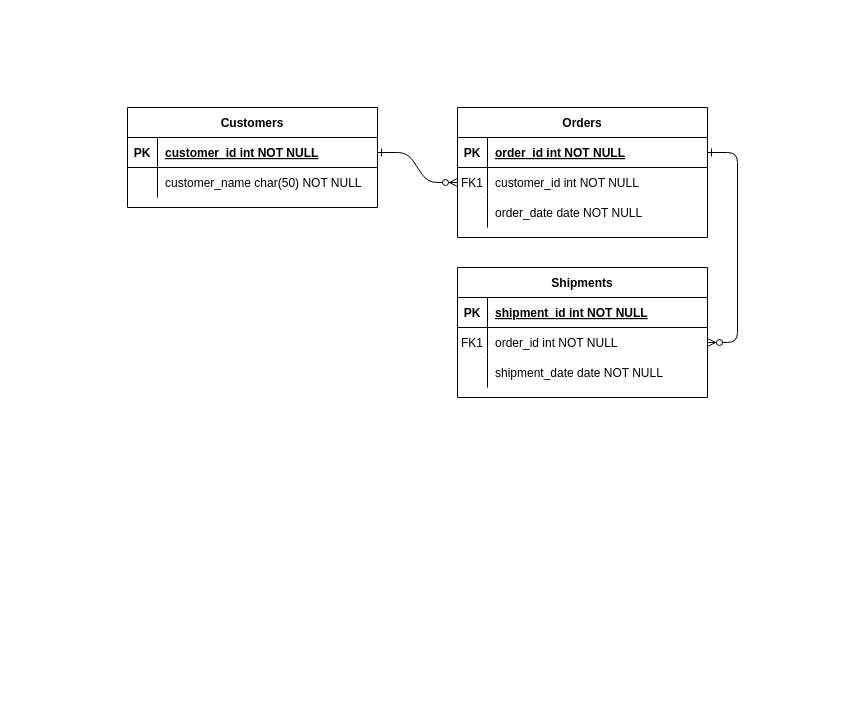
Above: public/Untitled Diagram.drawio in johanneclc/CDAW_2022 (draw.io), before the change. Source tidied: cells renumbered, new cells numbered last; positions are measured from the earlier drawing's top-left corner, leaving out a move shared by most shapes. Both pictures are drawn from the tidied source at 100%, with x=0, y=0 at pixel (127, 107).
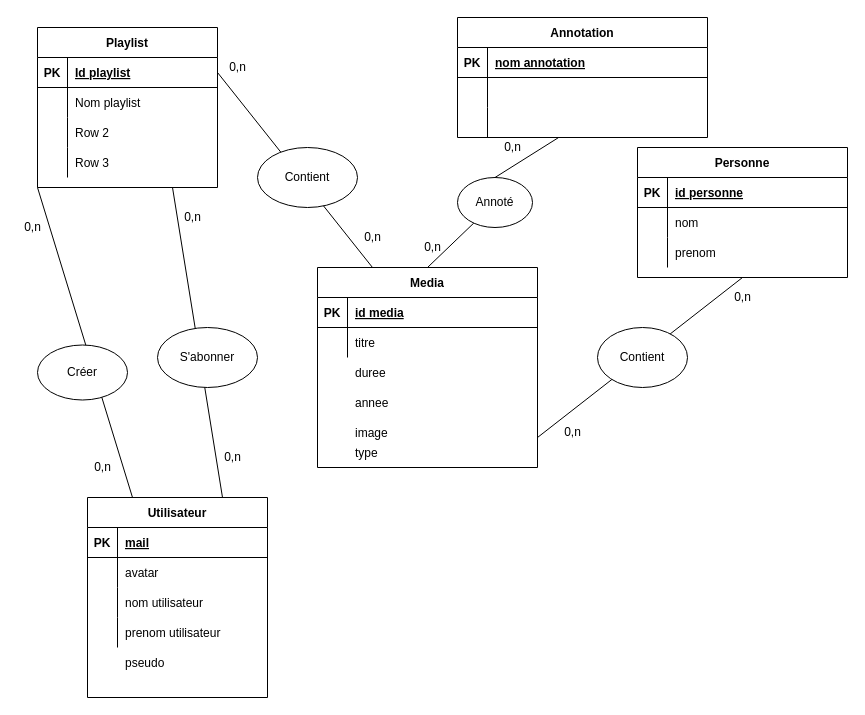
Above is the later version.

The change refers to these unchanged cells:
```xml
<mxCell id="5" style="shape=partialRectangle;fillColor=none;points=[[0,0.5],[1,0.5]];portConstraint=eastwest;top=0;left=0;right=0;bottom=1;" parent="4" vertex="1">
  <mxGeometry y="30" width="250" height="30" as="geometry" />
</mxCell>
<mxCell id="8" style="shape=partialRectangle;fillColor=none;points=[[0,0.5],[1,0.5]];portConstraint=eastwest;top=0;left=0;right=0;bottom=0;" parent="4" vertex="1">
  <mxGeometry y="60" width="250" height="30" as="geometry" />
</mxCell>
<mxCell id="11" style="shape=partialRectangle;fillColor=none;points=[[0,0.5],[1,0.5]];portConstraint=eastwest;top=0;left=0;right=0;bottom=0;" parent="4" vertex="1">
  <mxGeometry y="90" width="250" height="30" as="geometry" />
</mxCell>
```

Diff of the diagram source:
```diff
@@
-    <mxCell id="2" style="edgeStyle=entityRelationEdgeStyle;endArrow=ERzeroToMany;startArrow=ERone;endFill=1;startFill=0;" parent="1" edge="1" source="25" target="8">
-      <mxGeometry relative="1" as="geometry" />
-    </mxCell>
-    <mxCell id="3" style="edgeStyle=entityRelationEdgeStyle;endArrow=ERzeroToMany;startArrow=ERone;endFill=1;startFill=0;" parent="1" edge="1" source="5" target="18">
-      <mxGeometry relative="1" as="geometry" />
-    </mxCell>
-    <mxCell id="4" value="Orders" style="shape=table;startSize=30;childLayout=tableLayout;rowLines=0;fontStyle=1;align=center;" parent="1" vertex="1">
-      <mxGeometry x="330" width="250" height="130" as="geometry" />
+    <mxCell id="4" value="Annotation" style="shape=table;startSize=30;childLayout=tableLayout;rowLines=0;fontStyle=1;align=center;" parent="1" vertex="1">
+      <mxGeometry x="330" y="-90" width="250" height="120" as="geometry" />
     </mxCell>
@@
-    <mxCell id="7" value="order_id int NOT NULL " style="shape=partialRectangle;overflow=hidden;fillColor=none;top=0;left=0;bottom=0;right=0;align=left;spacingLeft=6;fontStyle=5;" parent="5" vertex="1">
+    <mxCell id="7" value="nom annotation" style="shape=partialRectangle;overflow=hidden;fillColor=none;top=0;left=0;bottom=0;right=0;align=left;spacingLeft=6;fontStyle=5;" parent="5" vertex="1">
       <mxGeometry x="30" width="220" height="30" as="geometry" />
     </mxCell>
@@
-    <mxCell id="9" value="FK1" style="shape=partialRectangle;overflow=hidden;fillColor=none;top=0;left=0;bottom=0;right=0;" parent="8" vertex="1">
+    <mxCell id="9" style="shape=partialRectangle;overflow=hidden;fillColor=none;top=0;left=0;bottom=0;right=0;" parent="8" vertex="1">
       <mxGeometry width="30" height="30" as="geometry" />
     </mxCell>
-    <mxCell id="10" value="customer_id int NOT NULL" style="shape=partialRectangle;overflow=hidden;fillColor=none;top=0;left=0;bottom=0;right=0;align=left;spacingLeft=6;" parent="8" vertex="1">
+    <mxCell id="10" style="shape=partialRectangle;overflow=hidden;fillColor=none;top=0;left=0;bottom=0;right=0;align=left;spacingLeft=6;" parent="8" vertex="1">
       <mxGeometry x="30" width="220" height="30" as="geometry" />
     </mxCell>
@@
-    <mxCell id="13" value="order_date date NOT NULL" style="shape=partialRectangle;overflow=hidden;fillColor=none;top=0;left=0;bottom=0;right=0;align=left;spacingLeft=6;" parent="11" vertex="1">
+    <mxCell id="13" style="shape=partialRectangle;overflow=hidden;fillColor=none;top=0;left=0;bottom=0;right=0;align=left;spacingLeft=6;" parent="11" vertex="1">
       <mxGeometry x="30" width="220" height="30" as="geometry" />
     </mxCell>
-    <mxCell id="14" value="Shipments" style="shape=table;startSize=30;childLayout=tableLayout;rowLines=0;fontStyle=1;align=center;" parent="1" vertex="1">
-      <mxGeometry x="330" y="160" width="250" height="130" as="geometry" />
+    <mxCell id="14" value="Personne" style="shape=table;startSize=30;childLayout=tableLayout;rowLines=0;fontStyle=1;align=center;" parent="1" vertex="1">
+      <mxGeometry x="510" y="40" width="210" height="130" as="geometry" />
     </mxCell>
     <mxCell id="15" style="shape=partialRectangle;fillColor=none;top=0;left=0;right=0;bottom=1;" parent="14" vertex="1">
-      <mxGeometry y="30" width="250" height="30" as="geometry" />
+      <mxGeometry y="30" width="210" height="30" as="geometry" />
     </mxCell>
@@
-    <mxCell id="17" value="shipment_id int NOT NULL " style="shape=partialRectangle;overflow=hidden;fillColor=none;top=0;left=0;bottom=0;right=0;align=left;spacingLeft=6;fontStyle=5;" parent="15" vertex="1">
-      <mxGeometry x="30" width="220" height="30" as="geometry" />
+    <mxCell id="17" value="id personne" style="shape=partialRectangle;overflow=hidden;fillColor=none;top=0;left=0;bottom=0;right=0;align=left;spacingLeft=6;fontStyle=5;" parent="15" vertex="1">
+      <mxGeometry x="30" width="180" height="30" as="geometry" />
     </mxCell>
     <mxCell id="18" style="shape=partialRectangle;fillColor=none;points=[[0,0.5],[1,0.5]];portConstraint=eastwest;top=0;left=0;right=0;bottom=0;" parent="14" vertex="1">
-      <mxGeometry y="60" width="250" height="30" as="geometry" />
+      <mxGeometry y="60" width="210" height="30" as="geometry" />
     </mxCell>
-    <mxCell id="19" value="FK1" style="shape=partialRectangle;overflow=hidden;fillColor=none;top=0;left=0;bottom=0;right=0;" parent="18" vertex="1">
+    <mxCell id="19" style="shape=partialRectangle;overflow=hidden;fillColor=none;top=0;left=0;bottom=0;right=0;" parent="18" vertex="1">
       <mxGeometry width="30" height="30" as="geometry" />
     </mxCell>
-    <mxCell id="20" value="order_id int NOT NULL" style="shape=partialRectangle;overflow=hidden;fillColor=none;top=0;left=0;bottom=0;right=0;align=left;spacingLeft=6;" parent="18" vertex="1">
-      <mxGeometry x="30" width="220" height="30" as="geometry" />
+    <mxCell id="20" value="nom" style="shape=partialRectangle;overflow=hidden;fillColor=none;top=0;left=0;bottom=0;right=0;align=left;spacingLeft=6;" parent="18" vertex="1">
+      <mxGeometry x="30" width="180" height="30" as="geometry" />
     </mxCell>
     <mxCell id="21" style="shape=partialRectangle;fillColor=none;top=0;left=0;right=0;bottom=0;" parent="14" vertex="1">
-      <mxGeometry y="90" width="250" height="30" as="geometry" />
+      <mxGeometry y="90" width="210" height="30" as="geometry" />
     </mxCell>
@@
-    <mxCell id="23" value="shipment_date date NOT NULL" style="shape=partialRectangle;overflow=hidden;fillColor=none;top=0;left=0;bottom=0;right=0;align=left;spacingLeft=6;" parent="21" vertex="1">
-      <mxGeometry x="30" width="220" height="30" as="geometry" />
+    <mxCell id="23" value="prenom" style="shape=partialRectangle;overflow=hidden;fillColor=none;top=0;left=0;bottom=0;right=0;align=left;spacingLeft=6;" parent="21" vertex="1">
+      <mxGeometry x="30" width="180" height="30" as="geometry" />
     </mxCell>
-    <mxCell id="24" value="Customers" style="shape=table;startSize=30;childLayout=tableLayout;rowLines=0;fontStyle=1;align=center;" parent="1" vertex="1">
-      <mxGeometry width="250" height="100" as="geometry" />
+    <mxCell id="24" value="Media" style="shape=table;startSize=30;childLayout=tableLayout;rowLines=0;fontStyle=1;align=center;" parent="1" vertex="1">
+      <mxGeometry x="190" y="160" width="220" height="200" as="geometry" />
     </mxCell>
     <mxCell id="25" style="shape=partialRectangle;fillColor=none;points=[[0,0.5],[1,0.5]];portConstraint=eastwest;top=0;left=0;right=0;bottom=1;" parent="24" vertex="1">
-      <mxGeometry y="30" width="250" height="30" as="geometry" />
+      <mxGeometry y="30" width="220" height="30" as="geometry" />
     </mxCell>
@@
-    <mxCell id="27" value="customer_id int NOT NULL " style="shape=partialRectangle;overflow=hidden;fillColor=none;top=0;left=0;bottom=0;right=0;align=left;spacingLeft=6;fontStyle=5;" parent="25" vertex="1">
-      <mxGeometry x="30" width="220" height="30" as="geometry" />
+    <mxCell id="27" value="id media" style="shape=partialRectangle;overflow=hidden;fillColor=none;top=0;left=0;bottom=0;right=0;align=left;spacingLeft=6;fontStyle=5;" parent="25" vertex="1">
+      <mxGeometry x="30" width="190" height="30" as="geometry" />
     </mxCell>
     <mxCell id="28" style="shape=partialRectangle;fillColor=none;top=0;left=0;right=0;bottom=0;" parent="24" vertex="1">
-      <mxGeometry y="60" width="250" height="30" as="geometry" />
+      <mxGeometry y="60" width="220" height="30" as="geometry" />
     </mxCell>
@@
-    <mxCell id="30" value="customer_name char(50) NOT NULL" style="shape=partialRectangle;overflow=hidden;fillColor=none;top=0;left=0;bottom=0;right=0;align=left;spacingLeft=6;" parent="28" vertex="1">
-      <mxGeometry x="30" width="220" height="30" as="geometry" />
+    <mxCell id="30" value="titre" style="shape=partialRectangle;overflow=hidden;fillColor=none;top=0;left=0;bottom=0;right=0;align=left;spacingLeft=6;" parent="28" vertex="1">
+      <mxGeometry x="30" width="190" height="30" as="geometry" />
     </mxCell>
+    <mxCell id="31" value="type" style="shape=partialRectangle;overflow=hidden;fillColor=none;top=0;left=0;bottom=0;right=0;align=left;spacingLeft=6;" parent="1" vertex="1">
+      <mxGeometry x="220" y="330" width="220" height="30" as="geometry" />
+    </mxCell>
+    <mxCell id="32" value="duree" style="shape=partialRectangle;overflow=hidden;fillColor=none;top=0;left=0;bottom=0;right=0;align=left;spacingLeft=6;" parent="1" vertex="1">
+      <mxGeometry x="220" y="250" width="220" height="30" as="geometry" />
+    </mxCell>
+    <mxCell id="33" value="annee" style="shape=partialRectangle;overflow=hidden;fillColor=none;top=0;left=0;bottom=0;right=0;align=left;spacingLeft=6;" parent="1" vertex="1">
+      <mxGeometry x="220" y="280" width="220" height="30" as="geometry" />
+    </mxCell>
+    <mxCell id="34" value="image" style="shape=partialRectangle;overflow=hidden;fillColor=none;top=0;left=0;bottom=0;right=0;align=left;spacingLeft=6;" parent="1" vertex="1">
+      <mxGeometry x="220" y="310" width="220" height="30" as="geometry" />
+    </mxCell>
+    <mxCell id="35" style="endArrow=none;html=1;rounded=0;exitX=0.5;exitY=0;exitDx=0;exitDy=0;startArrow=none;" parent="1" edge="1" source="36" target="11">
+      <mxGeometry relative="1" as="geometry" />
+    </mxCell>
+    <mxCell id="36" value="Annoté" style="ellipse;whiteSpace=wrap;html=1;" parent="1" vertex="1">
+      <mxGeometry x="330" y="70" width="75" height="50" as="geometry" />
+    </mxCell>
+    <mxCell id="37" style="endArrow=none;html=1;rounded=0;exitX=0.5;exitY=0;exitDx=0;exitDy=0;" parent="1" edge="1" source="24" target="36">
+      <mxGeometry relative="1" as="geometry" />
+    </mxCell>
+    <mxCell id="38" style="endArrow=none;html=1;rounded=0;entryX=0.5;entryY=1;entryDx=0;entryDy=0;" parent="1" edge="1" target="14">
+      <mxGeometry relative="1" as="geometry">
+        <mxPoint x="410" y="330" as="sourcePoint" />
+      </mxGeometry>
+    </mxCell>
+    <mxCell id="39" value="Contient" style="ellipse;whiteSpace=wrap;html=1;" parent="1" vertex="1">
+      <mxGeometry x="470" y="220" width="90" height="60" as="geometry" />
+    </mxCell>
+    <mxCell id="40" value="Utilisateur" style="shape=table;startSize=30;childLayout=tableLayout;rowLines=0;fontStyle=1;align=center;" parent="1" vertex="1">
+      <mxGeometry x="-40" y="390" width="180" height="200" as="geometry" />
+    </mxCell>
+    <mxCell id="41" style="shape=partialRectangle;fillColor=none;top=0;left=0;bottom=1;right=0;" parent="40" vertex="1">
+      <mxGeometry y="30" width="180" height="30" as="geometry" />
+    </mxCell>
+    <mxCell id="42" value="PK" style="shape=partialRectangle;fillColor=none;top=0;left=0;bottom=0;right=0;fontStyle=1;overflow=hidden;" parent="41" vertex="1">
+      <mxGeometry width="30" height="30" as="geometry" />
+    </mxCell>
+    <mxCell id="43" value="mail" style="shape=partialRectangle;fillColor=none;top=0;left=0;bottom=0;right=0;align=left;spacingLeft=6;fontStyle=5;overflow=hidden;" parent="41" vertex="1">
+      <mxGeometry x="30" width="150" height="30" as="geometry" />
+    </mxCell>
+    <mxCell id="44" style="shape=partialRectangle;fillColor=none;top=0;left=0;bottom=0;right=0;" parent="40" vertex="1">
+      <mxGeometry y="60" width="180" height="30" as="geometry" />
+    </mxCell>
+    <mxCell id="45" style="shape=partialRectangle;fillColor=none;top=0;left=0;bottom=0;right=0;overflow=hidden;" parent="44" vertex="1">
+      <mxGeometry width="30" height="30" as="geometry" />
+    </mxCell>
+    <mxCell id="46" value="avatar" style="shape=partialRectangle;fillColor=none;top=0;left=0;bottom=0;right=0;align=left;spacingLeft=6;overflow=hidden;" parent="44" vertex="1">
+      <mxGeometry x="30" width="150" height="30" as="geometry" />
+    </mxCell>
+    <mxCell id="47" style="shape=partialRectangle;fillColor=none;top=0;left=0;bottom=0;right=0;" parent="40" vertex="1">
+      <mxGeometry y="90" width="180" height="30" as="geometry" />
+    </mxCell>
+    <mxCell id="48" style="shape=partialRectangle;fillColor=none;top=0;left=0;bottom=0;right=0;overflow=hidden;" parent="47" vertex="1">
+      <mxGeometry width="30" height="30" as="geometry" />
+    </mxCell>
+    <mxCell id="49" value="nom utilisateur" style="shape=partialRectangle;fillColor=none;top=0;left=0;bottom=0;right=0;align=left;spacingLeft=6;overflow=hidden;" parent="47" vertex="1">
+      <mxGeometry x="30" width="150" height="30" as="geometry" />
+    </mxCell>
+    <mxCell id="50" style="shape=partialRectangle;fillColor=none;top=0;left=0;bottom=0;right=0;" parent="40" vertex="1">
+      <mxGeometry y="120" width="180" height="30" as="geometry" />
+    </mxCell>
+    <mxCell id="51" style="shape=partialRectangle;fillColor=none;top=0;left=0;bottom=0;right=0;overflow=hidden;" parent="50" vertex="1">
+      <mxGeometry width="30" height="30" as="geometry" />
+    </mxCell>
+    <mxCell id="52" value="prenom utilisateur" style="shape=partialRectangle;fillColor=none;top=0;left=0;bottom=0;right=0;align=left;spacingLeft=6;overflow=hidden;" parent="50" vertex="1">
+      <mxGeometry x="30" width="150" height="30" as="geometry" />
+    </mxCell>
+    <mxCell id="53" value="pseudo" style="shape=partialRectangle;fillColor=none;top=0;left=0;bottom=0;right=0;align=left;spacingLeft=6;overflow=hidden;" parent="1" vertex="1">
+      <mxGeometry x="-10" y="540" width="150" height="30" as="geometry" />
+    </mxCell>
+    <mxCell id="54" value="Playlist" style="shape=table;startSize=30;childLayout=tableLayout;rowLines=0;fontStyle=1;align=center;" parent="1" vertex="1">
+      <mxGeometry x="-90" y="-80" width="180" height="160" as="geometry" />
+    </mxCell>
+    <mxCell id="55" style="shape=partialRectangle;fillColor=none;top=0;left=0;bottom=1;right=0;points=[[0,0.5],[1,0.5]];portConstraint=eastwest;" parent="54" vertex="1">
+      <mxGeometry y="30" width="180" height="30" as="geometry" />
+    </mxCell>
+    <mxCell id="56" value="PK" style="shape=partialRectangle;fillColor=none;top=0;left=0;bottom=0;right=0;fontStyle=1;overflow=hidden;" parent="55" vertex="1">
+      <mxGeometry width="30" height="30" as="geometry" />
+    </mxCell>
+    <mxCell id="57" value="Id playlist" style="shape=partialRectangle;fillColor=none;top=0;left=0;bottom=0;right=0;align=left;spacingLeft=6;fontStyle=5;overflow=hidden;" parent="55" vertex="1">
+      <mxGeometry x="30" width="150" height="30" as="geometry" />
+    </mxCell>
+    <mxCell id="58" style="shape=partialRectangle;fillColor=none;top=0;left=0;bottom=0;right=0;" parent="54" vertex="1">
+      <mxGeometry y="60" width="180" height="30" as="geometry" />
+    </mxCell>
+    <mxCell id="59" style="shape=partialRectangle;fillColor=none;top=0;left=0;bottom=0;right=0;overflow=hidden;" parent="58" vertex="1">
+      <mxGeometry width="30" height="30" as="geometry" />
+    </mxCell>
+    <mxCell id="60" value="Nom playlist" style="shape=partialRectangle;fillColor=none;top=0;left=0;bottom=0;right=0;align=left;spacingLeft=6;overflow=hidden;" parent="58" vertex="1">
+      <mxGeometry x="30" width="150" height="30" as="geometry" />
+    </mxCell>
+    <mxCell id="61" style="shape=partialRectangle;fillColor=none;top=0;left=0;bottom=0;right=0;" parent="54" vertex="1">
+      <mxGeometry y="90" width="180" height="30" as="geometry" />
+    </mxCell>
+    <mxCell id="62" style="shape=partialRectangle;fillColor=none;top=0;left=0;bottom=0;right=0;overflow=hidden;" parent="61" vertex="1">
+      <mxGeometry width="30" height="30" as="geometry" />
+    </mxCell>
+    <mxCell id="63" value="Row 2" style="shape=partialRectangle;fillColor=none;top=0;left=0;bottom=0;right=0;align=left;spacingLeft=6;overflow=hidden;" parent="61" vertex="1">
+      <mxGeometry x="30" width="150" height="30" as="geometry" />
+    </mxCell>
+    <mxCell id="64" style="shape=partialRectangle;fillColor=none;top=0;left=0;bottom=0;right=0;" parent="54" vertex="1">
+      <mxGeometry y="120" width="180" height="30" as="geometry" />
+    </mxCell>
+    <mxCell id="65" style="shape=partialRectangle;fillColor=none;top=0;left=0;bottom=0;right=0;overflow=hidden;" parent="64" vertex="1">
+      <mxGeometry width="30" height="30" as="geometry" />
+    </mxCell>
+    <mxCell id="66" value="Row 3" style="shape=partialRectangle;fillColor=none;top=0;left=0;bottom=0;right=0;align=left;spacingLeft=6;overflow=hidden;" parent="64" vertex="1">
+      <mxGeometry x="30" width="150" height="30" as="geometry" />
+    </mxCell>
+    <mxCell id="67" style="endArrow=none;html=1;rounded=0;entryX=0;entryY=1;entryDx=0;entryDy=0;exitX=0.25;exitY=0;exitDx=0;exitDy=0;" parent="1" edge="1" source="40" target="54">
+      <mxGeometry relative="1" as="geometry" />
+    </mxCell>
+    <mxCell id="68" value="Créer" style="ellipse;whiteSpace=wrap;html=1;" parent="1" vertex="1">
+      <mxGeometry x="-90" y="237.5" width="90" height="55" as="geometry" />
+    </mxCell>
+    <mxCell id="69" style="endArrow=none;html=1;rounded=0;entryX=0.75;entryY=0;entryDx=0;entryDy=0;exitX=0.75;exitY=1;exitDx=0;exitDy=0;" parent="1" edge="1" source="54" target="40">
+      <mxGeometry relative="1" as="geometry" />
+    </mxCell>
+    <mxCell id="70" value="S'abonner" style="ellipse;whiteSpace=wrap;html=1;" parent="1" vertex="1">
+      <mxGeometry x="30" y="220" width="100" height="60" as="geometry" />
+    </mxCell>
+    <mxCell id="71" style="endArrow=none;html=1;rounded=0;entryX=1;entryY=0.5;entryDx=0;entryDy=0;exitX=0.25;exitY=0;exitDx=0;exitDy=0;" parent="1" edge="1" source="24" target="55">
+      <mxGeometry relative="1" as="geometry" />
+    </mxCell>
+    <mxCell id="72" value="Contient" style="ellipse;whiteSpace=wrap;html=1;" parent="1" vertex="1">
+      <mxGeometry x="130" y="40" width="100" height="60" as="geometry" />
+    </mxCell>
+    <mxCell id="73" value="0,n" style="text;html=1;align=center;verticalAlign=middle;strokeColor=none;fillColor=none;" parent="1" vertex="1">
+      <mxGeometry x="95" y="-50" width="30" height="20" as="geometry" />
+    </mxCell>
+    <mxCell id="74" value="0,n" style="text;html=1;align=center;verticalAlign=middle;strokeColor=none;fillColor=none;" parent="1" vertex="1">
+      <mxGeometry x="230" y="120" width="30" height="20" as="geometry" />
+    </mxCell>
+    <mxCell id="75" value="0,n" style="text;html=1;align=center;verticalAlign=middle;strokeColor=none;fillColor=none;" parent="1" vertex="1">
+      <mxGeometry x="50" y="100" width="30" height="20" as="geometry" />
+    </mxCell>
+    <mxCell id="76" value="0,n" style="text;html=1;align=center;verticalAlign=middle;strokeColor=none;fillColor=none;" parent="1" vertex="1">
+      <mxGeometry x="90" y="340" width="30" height="20" as="geometry" />
+    </mxCell>
+    <mxCell id="77" value="0,n" style="text;html=1;align=center;verticalAlign=middle;strokeColor=none;fillColor=none;" parent="1" vertex="1">
+      <mxGeometry x="-110" y="110" width="30" height="20" as="geometry" />
+    </mxCell>
+    <mxCell id="78" value="0,n" style="text;html=1;align=center;verticalAlign=middle;strokeColor=none;fillColor=none;" parent="1" vertex="1">
+      <mxGeometry x="-40" y="350" width="30" height="20" as="geometry" />
+    </mxCell>
+    <mxCell id="79" value="0,n" style="text;html=1;align=center;verticalAlign=middle;strokeColor=none;fillColor=none;" parent="1" vertex="1">
+      <mxGeometry x="370" y="30" width="30" height="20" as="geometry" />
+    </mxCell>
+    <mxCell id="80" value="0,n" style="text;html=1;align=center;verticalAlign=middle;strokeColor=none;fillColor=none;" parent="1" vertex="1">
+      <mxGeometry x="290" y="130" width="30" height="20" as="geometry" />
+    </mxCell>
+    <mxCell id="81" value="0,n" style="text;html=1;align=center;verticalAlign=middle;strokeColor=none;fillColor=none;" parent="1" vertex="1">
+      <mxGeometry x="600" y="180" width="30" height="20" as="geometry" />
+    </mxCell>
+    <mxCell id="82" value="0,n" style="text;html=1;align=center;verticalAlign=middle;strokeColor=none;fillColor=none;" parent="1" vertex="1">
+      <mxGeometry x="430" y="315" width="30" height="20" as="geometry" />
+    </mxCell>
```
